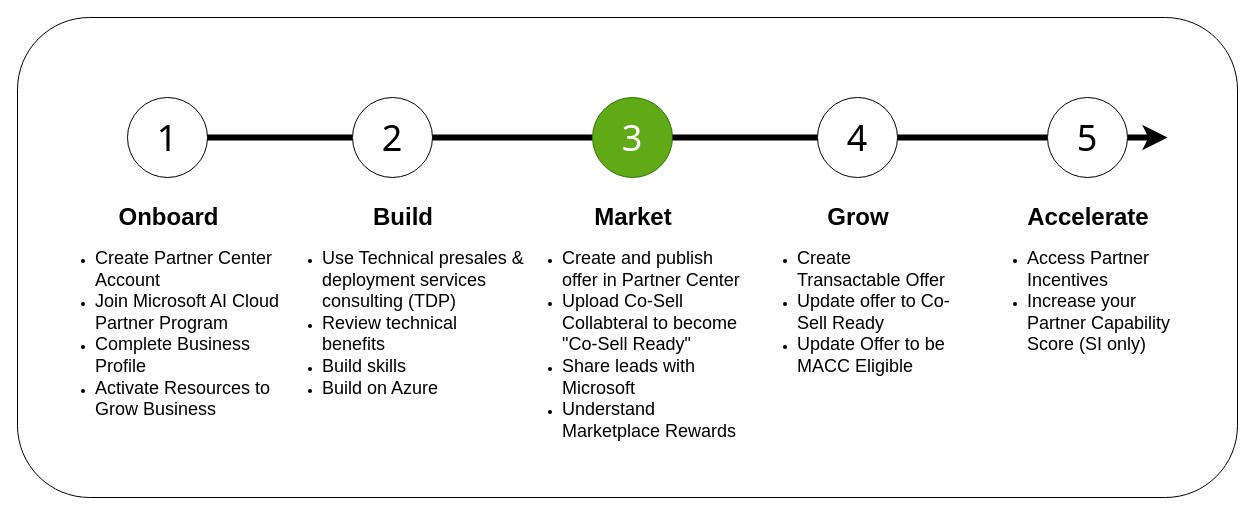
microsoft/PartnerResources keeps this draw.io diagram as assets/partner-onboarding/partner-journey.drawio. Above is the earlier version. Source tidied: cells renumbered, new cells numbered last; positions are measured from the earlier drawing's top-left corner, leaving out a move shared by most shapes. Both pictures are drawn from the tidied source at 100%, with x=0, y=0 at pixel (17, 17).
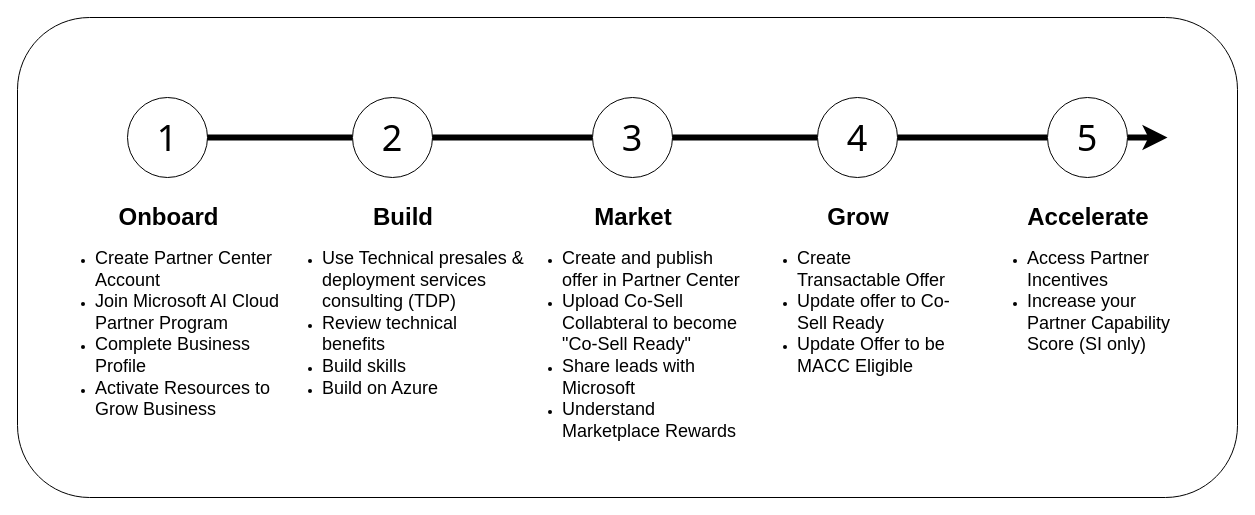
After the change.

Commit message (it also covers changes not shown here):
Update base POA image

What changed in the source:
```diff
@@
 <mxGraphModel>
   <root>
     <mxCell id="0" />
     <mxCell id="1" parent="0" />
     <mxCell id="2" style="rounded=1;whiteSpace=wrap;html=1;fontFamily=Tahoma;fontSize=36;" parent="1" vertex="1">
       <mxGeometry width="1220" height="480" as="geometry" />
     </mxCell>
     <mxCell id="3" value="&lt;h1 style=&quot;text-align: center;&quot;&gt;Onboard&lt;/h1&gt;&lt;p&gt;&lt;/p&gt;&lt;ul&gt;&lt;li style=&quot;&quot;&gt;&lt;span style=&quot;background-color: initial;&quot;&gt;&lt;font style=&quot;font-size: 18px;&quot;&gt;Create Partner Center Account&lt;/font&gt;&lt;/span&gt;&lt;/li&gt;&lt;li style=&quot;&quot;&gt;&lt;font style=&quot;font-size: 18px;&quot;&gt;Join Microsoft AI Cloud Partner Program&lt;/font&gt;&lt;/li&gt;&lt;li style=&quot;&quot;&gt;&lt;font style=&quot;font-size: 18px;&quot;&gt;Complete Business Profile&lt;/font&gt;&lt;/li&gt;&lt;li style=&quot;&quot;&gt;&lt;font style=&quot;font-size: 18px;&quot;&gt;Activate Resources to Grow Business&lt;/font&gt;&lt;/li&gt;&lt;/ul&gt;&lt;p&gt;&lt;span style=&quot;background-color: initial;&quot;&gt;&lt;font size=&quot;3&quot;&gt;&amp;nbsp;&lt;/font&gt;&lt;/span&gt;&lt;br&gt;&lt;/p&gt;" style="text;html=1;strokeColor=none;fillColor=none;spacing=5;spacingTop=-20;whiteSpace=wrap;overflow=hidden;rounded=0;" parent="1" vertex="1">
       <mxGeometry x="32.5" y="180" width="235" height="280" as="geometry" />
     </mxCell>
     <mxCell id="4" value="&lt;h1 style=&quot;text-align: center;&quot;&gt;Build&lt;/h1&gt;&lt;p&gt;&lt;/p&gt;&lt;ul&gt;&lt;li style=&quot;&quot;&gt;&lt;font style=&quot;font-size: 18px;&quot;&gt;&lt;p style=&quot;border-color: var(--border-color); font-variant-numeric: normal; font-variant-east-asian: normal; font-variant-alternates: normal; font-kerning: auto; font-optical-sizing: auto; font-feature-settings: normal; font-variation-settings: normal; font-variant-position: normal; font-stretch: normal; line-height: normal; background-color: initial; margin: 0px; display: inline !important;&quot; class=&quot;p1&quot;&gt;Use Technical presales&amp;nbsp;&lt;/p&gt;&amp;amp; deployment services consulting (TDP)&lt;/font&gt;&lt;/li&gt;&lt;li&gt;&lt;font style=&quot;font-size: 18px;&quot;&gt;Review technical benefits&lt;/font&gt;&lt;/li&gt;&lt;li&gt;&lt;font style=&quot;font-size: 18px;&quot;&gt;Build skills&lt;/font&gt;&lt;/li&gt;&lt;li&gt;&lt;font style=&quot;font-size: 18px;&quot;&gt;Build on Azure&lt;/font&gt;&lt;/li&gt;&lt;/ul&gt;" style="text;html=1;strokeColor=none;fillColor=none;spacing=5;spacingTop=-20;whiteSpace=wrap;overflow=hidden;rounded=0;" parent="1" vertex="1">
       <mxGeometry x="260" y="180" width="250" height="200" as="geometry" />
     </mxCell>
     <mxCell id="5" value="&lt;h1 style=&quot;text-align: center;&quot;&gt;Market&lt;/h1&gt;&lt;p&gt;&lt;/p&gt;&lt;ul&gt;&lt;li style=&quot;&quot;&gt;&lt;span style=&quot;background-color: initial;&quot;&gt;&lt;font style=&quot;font-size: 18px;&quot;&gt;Create and publish offer in Partner Center&lt;/font&gt;&lt;/span&gt;&lt;/li&gt;&lt;li style=&quot;&quot;&gt;&lt;font style=&quot;font-size: 18px;&quot;&gt;Upload Co-Sell Collabteral to become &quot;Co-Sell Ready&quot;&lt;/font&gt;&lt;/li&gt;&lt;li style=&quot;&quot;&gt;&lt;font style=&quot;font-size: 18px;&quot;&gt;Share leads with Microsoft&lt;/font&gt;&lt;/li&gt;&lt;li style=&quot;&quot;&gt;&lt;font style=&quot;font-size: 18px;&quot;&gt;Understand Marketplace Rewards&lt;/font&gt;&lt;/li&gt;&lt;/ul&gt;" style="text;html=1;strokeColor=none;fillColor=none;spacing=5;spacingTop=-20;whiteSpace=wrap;overflow=hidden;rounded=0;" parent="1" vertex="1">
       <mxGeometry x="500" y="180" width="230" height="290" as="geometry" />
     </mxCell>
     <mxCell id="6" value="&lt;h1 style=&quot;text-align: center;&quot;&gt;Grow&lt;/h1&gt;&lt;p&gt;&lt;/p&gt;&lt;ul&gt;&lt;li style=&quot;&quot;&gt;&lt;span style=&quot;background-color: initial;&quot;&gt;&lt;font style=&quot;font-size: 18px;&quot;&gt;Create Transactable Offer&lt;/font&gt;&lt;/span&gt;&lt;/li&gt;&lt;li style=&quot;&quot;&gt;&lt;span style=&quot;background-color: initial;&quot;&gt;&lt;font style=&quot;font-size: 18px;&quot;&gt;Update offer to Co-Sell Ready&lt;/font&gt;&lt;/span&gt;&lt;/li&gt;&lt;li style=&quot;&quot;&gt;&lt;span style=&quot;background-color: initial;&quot;&gt;&lt;font style=&quot;font-size: 18px;&quot;&gt;Update Offer to be MACC Eligible&lt;/font&gt;&lt;/span&gt;&lt;/li&gt;&lt;/ul&gt;" style="text;html=1;strokeColor=none;fillColor=none;spacing=5;spacingTop=-20;whiteSpace=wrap;overflow=hidden;rounded=0;" parent="1" vertex="1">
       <mxGeometry x="735" y="180" width="210" height="200" as="geometry" />
     </mxCell>
     <mxCell id="7" value="&lt;h1 style=&quot;text-align: center;&quot;&gt;Accelerate&lt;/h1&gt;&lt;p&gt;&lt;/p&gt;&lt;ul&gt;&lt;li style=&quot;&quot;&gt;&lt;span style=&quot;background-color: initial;&quot;&gt;&lt;font style=&quot;font-size: 18px;&quot;&gt;Access Partner Incentives&lt;/font&gt;&lt;/span&gt;&lt;/li&gt;&lt;li style=&quot;&quot;&gt;&lt;font style=&quot;font-size: 18px;&quot;&gt;Increase your Partner Capability Score (SI only)&lt;/font&gt;&lt;/li&gt;&lt;/ul&gt;" style="text;html=1;strokeColor=none;fillColor=none;spacing=5;spacingTop=-20;whiteSpace=wrap;overflow=hidden;rounded=0;" parent="1" vertex="1">
       <mxGeometry x="965" y="180" width="210" height="200" as="geometry" />
     </mxCell>
     <mxCell id="8" style="endArrow=classic;html=1;strokeWidth=6;startArrow=none;" parent="1" edge="1" source="17">
       <mxGeometry relative="1" as="geometry">
         <mxPoint x="1150" y="120" as="targetPoint" />
       </mxGeometry>
     </mxCell>
     <mxCell id="9" style="endArrow=none;html=1;strokeWidth=6;" parent="1" edge="1" target="10">
       <mxGeometry relative="1" as="geometry">
         <mxPoint x="130" y="120" as="sourcePoint" />
       </mxGeometry>
     </mxCell>
     <mxCell id="10" value="&lt;font face=&quot;Tahoma&quot;&gt;&lt;span style=&quot;font-size: 36px;&quot;&gt;2&lt;/span&gt;&lt;/font&gt;" style="ellipse;whiteSpace=wrap;html=1;" parent="1" vertex="1">
       <mxGeometry x="335" y="80" width="80" height="80" as="geometry" />
     </mxCell>
     <mxCell id="11" value="&lt;font style=&quot;font-size: 36px;&quot; face=&quot;Tahoma&quot;&gt;1&lt;/font&gt;" style="ellipse;whiteSpace=wrap;html=1;" parent="1" vertex="1">
       <mxGeometry x="110" y="80" width="80" height="80" as="geometry" />
     </mxCell>
     <mxCell id="12" style="endArrow=none;html=1;strokeWidth=6;startArrow=none;" parent="1" edge="1" source="10" target="13">
       <mxGeometry relative="1" as="geometry" />
     </mxCell>
-    <mxCell id="13" value="&lt;font face=&quot;Tahoma&quot;&gt;&lt;span style=&quot;font-size: 36px;&quot;&gt;3&lt;/span&gt;&lt;/font&gt;" style="ellipse;whiteSpace=wrap;html=1;fillColor=#60a917;fontColor=#ffffff;strokeColor=#2D7600;" parent="1" vertex="1">
+    <mxCell id="13" value="&lt;font face=&quot;Tahoma&quot;&gt;&lt;span style=&quot;font-size: 36px;&quot;&gt;3&lt;/span&gt;&lt;/font&gt;" style="ellipse;whiteSpace=wrap;html=1;" parent="1" vertex="1">
       <mxGeometry x="575" y="80" width="80" height="80" as="geometry" />
     </mxCell>
     <mxCell id="14" style="endArrow=none;html=1;strokeWidth=6;startArrow=none;" parent="1" edge="1" source="13" target="15">
       <mxGeometry relative="1" as="geometry" />
     </mxCell>
     <mxCell id="15" value="&lt;font face=&quot;Tahoma&quot;&gt;&lt;span style=&quot;font-size: 36px;&quot;&gt;4&lt;/span&gt;&lt;/font&gt;" style="ellipse;whiteSpace=wrap;html=1;" parent="1" vertex="1">
       <mxGeometry x="800" y="80" width="80" height="80" as="geometry" />
     </mxCell>
     <mxCell id="16" style="endArrow=none;html=1;strokeWidth=6;startArrow=none;" parent="1" edge="1" source="15" target="17">
       <mxGeometry relative="1" as="geometry" />
     </mxCell>
     <mxCell id="17" value="&lt;font face=&quot;Tahoma&quot;&gt;&lt;span style=&quot;font-size: 36px;&quot;&gt;5&lt;/span&gt;&lt;/font&gt;" style="ellipse;whiteSpace=wrap;html=1;" parent="1" vertex="1">
       <mxGeometry x="1030" y="80" width="80" height="80" as="geometry" />
     </mxCell>
   </root>
 </mxGraphModel>
```
